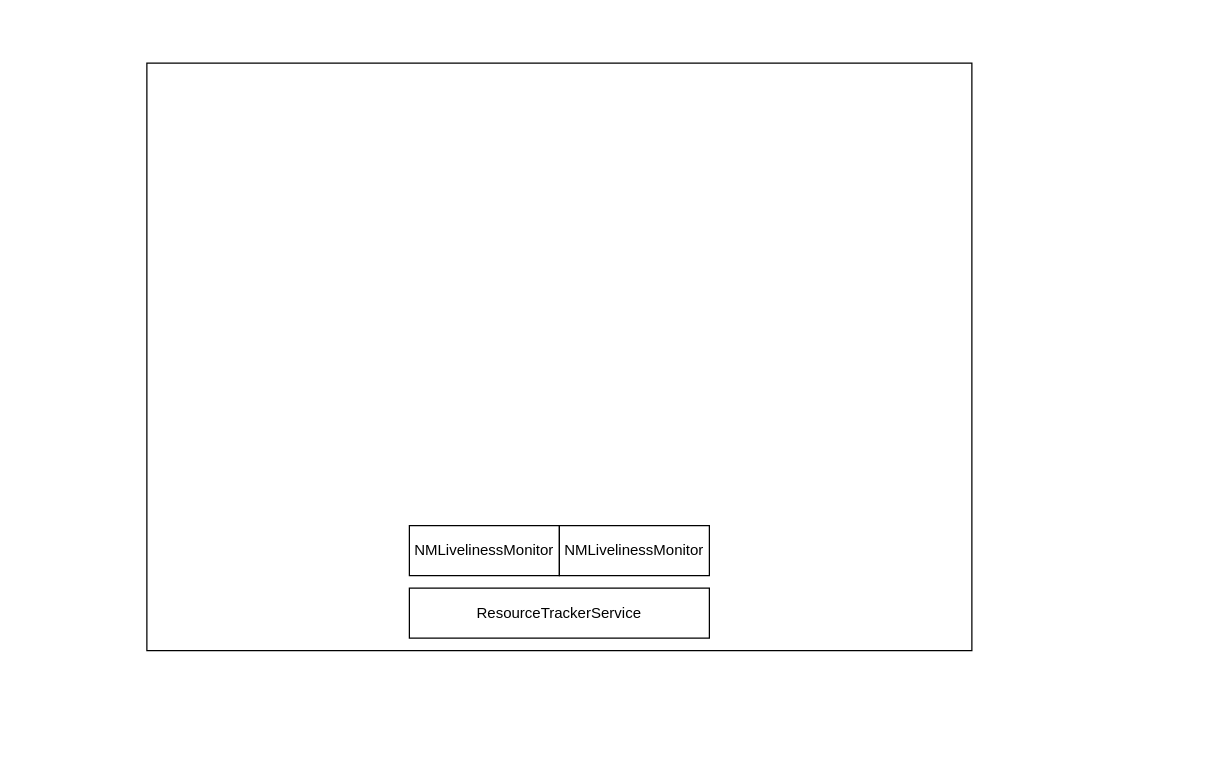
Earlier version of the draw.io diagram Yarn/02_ResourceManager内部架构图.drawio (chenshuai1995/a-imgs). Source tidied: cells renumbered, new cells numbered last; positions are measured from the earlier drawing's top-left corner, leaving out a move shared by most shapes. Both pictures are drawn from the tidied source at 125%, with x=0, y=0 at pixel (146, 62).
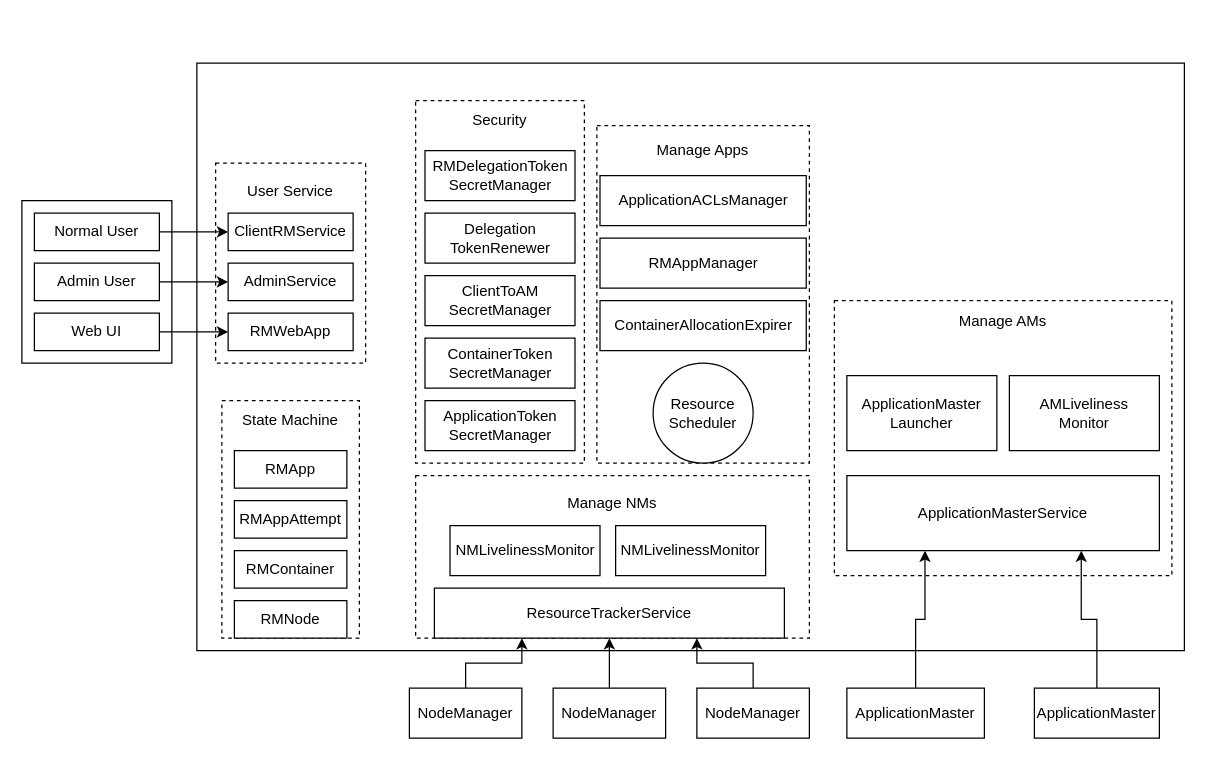
After the change.

Commit message (it also covers changes not shown here):
更新02_ResourceManager内部架构图.drawio

Change to the diagram source:
```diff
@@
     <mxCell id="2" style="rounded=0;whiteSpace=wrap;html=1;" parent="1" vertex="1">
-      <mxGeometry width="660" height="470" as="geometry" />
+      <mxGeometry x="40" width="790" height="470" as="geometry" />
     </mxCell>
+    <mxCell id="6" value="&lt;br&gt;Manage AMs&lt;br&gt;&lt;br&gt;&lt;br&gt;&lt;br&gt;&lt;br&gt;&lt;br&gt;&lt;br&gt;&lt;br&gt;&lt;br&gt;&lt;br&gt;&lt;br&gt;&lt;br&gt;&lt;br&gt;&lt;br&gt;&lt;br&gt;" style="rounded=0;whiteSpace=wrap;html=1;dashed=1;" parent="1" vertex="1">
+      <mxGeometry x="550" y="190" width="270" height="220" as="geometry" />
+    </mxCell>
+    <mxCell id="7" value="&lt;br&gt;Manage Apps&lt;br&gt;&lt;br&gt;&lt;br&gt;&lt;br&gt;&lt;br&gt;&lt;br&gt;&lt;br&gt;&lt;br&gt;&lt;br&gt;&lt;br&gt;&lt;br&gt;&lt;br&gt;&lt;br&gt;&lt;br&gt;&lt;br&gt;&lt;br&gt;&lt;br&gt;&lt;br&gt;" style="rounded=0;whiteSpace=wrap;html=1;dashed=1;" parent="1" vertex="1">
+      <mxGeometry x="360" y="50" width="170" height="270" as="geometry" />
+    </mxCell>
+    <mxCell id="8" value="&lt;br&gt;&lt;br&gt;&lt;br&gt;&lt;br&gt;&lt;br&gt;Security&lt;br&gt;&lt;br&gt;&lt;br&gt;&lt;br&gt;&lt;br&gt;&lt;br&gt;&lt;br&gt;&lt;br&gt;&lt;br&gt;&lt;br&gt;&lt;br&gt;&lt;br&gt;&lt;br&gt;&lt;br&gt;&lt;br&gt;&lt;br&gt;&lt;br&gt;&lt;br&gt;&lt;br&gt;&lt;br&gt;&lt;br&gt;&lt;br&gt;&lt;br&gt;&lt;br&gt;" style="rounded=0;whiteSpace=wrap;html=1;dashed=1;" parent="1" vertex="1">
+      <mxGeometry x="215" y="30" width="135" height="290" as="geometry" />
+    </mxCell>
+    <mxCell id="9" style="rounded=0;whiteSpace=wrap;html=1;" parent="1" vertex="1">
+      <mxGeometry x="-100" y="110" width="120" height="130" as="geometry" />
+    </mxCell>
+    <mxCell id="10" value="&lt;br&gt;&lt;br&gt;User Service&lt;br&gt;&lt;br&gt;&lt;br&gt;&lt;br&gt;&lt;br&gt;&lt;br&gt;&lt;br&gt;&lt;br&gt;&lt;br&gt;&lt;br&gt;&lt;br&gt;" style="rounded=0;whiteSpace=wrap;html=1;dashed=1;" parent="1" vertex="1">
+      <mxGeometry x="55" y="80" width="120" height="160" as="geometry" />
+    </mxCell>
+    <mxCell id="11" value="&lt;br&gt;&lt;br&gt;State Machine&lt;br&gt;&lt;br&gt;&lt;br&gt;&lt;br&gt;&lt;br&gt;&lt;br&gt;&lt;br&gt;&lt;br&gt;&lt;br&gt;&lt;br&gt;&lt;br&gt;&lt;br&gt;&lt;br&gt;&lt;br&gt;" style="rounded=0;whiteSpace=wrap;html=1;dashed=1;" parent="1" vertex="1">
+      <mxGeometry x="60" y="270" width="110" height="190" as="geometry" />
+    </mxCell>
+    <mxCell id="12" value="Manage NMs&lt;br&gt;&lt;br&gt;&lt;br&gt;&lt;br&gt;&lt;br&gt;&lt;br&gt;&lt;br&gt;" style="rounded=0;whiteSpace=wrap;html=1;dashed=1;" parent="1" vertex="1">
+      <mxGeometry x="215" y="330" width="315" height="130" as="geometry" />
+    </mxCell>
     <mxCell id="3" value="ResourceTrackerService" style="rounded=0;whiteSpace=wrap;html=1;" parent="1" vertex="1">
-      <mxGeometry x="210" y="420" width="240" height="40" as="geometry" />
+      <mxGeometry x="230" y="420" width="280" height="40" as="geometry" />
     </mxCell>
     <mxCell id="4" value="NMLivelinessMonitor" style="rounded=0;whiteSpace=wrap;html=1;" parent="1" vertex="1">
-      <mxGeometry x="210" y="370" width="120" height="40" as="geometry" />
+      <mxGeometry x="242.5" y="370" width="120" height="40" as="geometry" />
     </mxCell>
     <mxCell id="5" value="NMLivelinessMonitor" style="rounded=0;whiteSpace=wrap;html=1;" parent="1" vertex="1">
-      <mxGeometry x="330" y="370" width="120" height="40" as="geometry" />
+      <mxGeometry x="375" y="370" width="120" height="40" as="geometry" />
     </mxCell>
+    <mxCell id="13" value="RMApp" style="rounded=0;whiteSpace=wrap;html=1;" parent="1" vertex="1">
+      <mxGeometry x="70" y="310" width="90" height="30" as="geometry" />
+    </mxCell>
+    <mxCell id="14" value="RMAppAttempt" style="rounded=0;whiteSpace=wrap;html=1;" parent="1" vertex="1">
+      <mxGeometry x="70" y="350" width="90" height="30" as="geometry" />
+    </mxCell>
+    <mxCell id="15" value="RMContainer" style="rounded=0;whiteSpace=wrap;html=1;" parent="1" vertex="1">
+      <mxGeometry x="70" y="390" width="90" height="30" as="geometry" />
+    </mxCell>
+    <mxCell id="16" value="RMNode" style="rounded=0;whiteSpace=wrap;html=1;" parent="1" vertex="1">
+      <mxGeometry x="70" y="430" width="90" height="30" as="geometry" />
+    </mxCell>
+    <mxCell id="17" value="ClientRMService" style="rounded=0;whiteSpace=wrap;html=1;" parent="1" vertex="1">
+      <mxGeometry x="65" y="120" width="100" height="30" as="geometry" />
+    </mxCell>
+    <mxCell id="18" value="AdminService" style="rounded=0;whiteSpace=wrap;html=1;" parent="1" vertex="1">
+      <mxGeometry x="65" y="160" width="100" height="30" as="geometry" />
+    </mxCell>
+    <mxCell id="19" value="RMWebApp" style="rounded=0;whiteSpace=wrap;html=1;" parent="1" vertex="1">
+      <mxGeometry x="65" y="200" width="100" height="30" as="geometry" />
+    </mxCell>
+    <mxCell id="20" style="edgeStyle=orthogonalEdgeStyle;rounded=0;jettySize=auto;html=1;entryX=0;entryY=0.5;entryDx=0;entryDy=0;" parent="1" edge="1" source="21" target="17">
+      <mxGeometry relative="1" as="geometry" />
+    </mxCell>
+    <mxCell id="21" value="Normal User" style="rounded=0;whiteSpace=wrap;html=1;" parent="1" vertex="1">
+      <mxGeometry x="-90" y="120" width="100" height="30" as="geometry" />
+    </mxCell>
+    <mxCell id="22" style="edgeStyle=orthogonalEdgeStyle;rounded=0;jettySize=auto;html=1;" parent="1" edge="1" source="23" target="18">
+      <mxGeometry relative="1" as="geometry" />
+    </mxCell>
+    <mxCell id="23" value="Admin User" style="rounded=0;whiteSpace=wrap;html=1;" parent="1" vertex="1">
+      <mxGeometry x="-90" y="160" width="100" height="30" as="geometry" />
+    </mxCell>
+    <mxCell id="24" style="edgeStyle=orthogonalEdgeStyle;rounded=0;jettySize=auto;html=1;entryX=0;entryY=0.5;entryDx=0;entryDy=0;" parent="1" edge="1" source="25" target="19">
+      <mxGeometry relative="1" as="geometry" />
+    </mxCell>
+    <mxCell id="25" value="Web UI" style="rounded=0;whiteSpace=wrap;html=1;" parent="1" vertex="1">
+      <mxGeometry x="-90" y="200" width="100" height="30" as="geometry" />
+    </mxCell>
+    <mxCell id="26" value="ApplicationToken&lt;br&gt;SecretManager" style="rounded=0;whiteSpace=wrap;html=1;" parent="1" vertex="1">
+      <mxGeometry x="222.5" y="270" width="120" height="40" as="geometry" />
+    </mxCell>
+    <mxCell id="27" value="ContainerToken&lt;br&gt;SecretManager" style="rounded=0;whiteSpace=wrap;html=1;" parent="1" vertex="1">
+      <mxGeometry x="222.5" y="220" width="120" height="40" as="geometry" />
+    </mxCell>
+    <mxCell id="28" value="ClientToAM&lt;br&gt;SecretManager" style="rounded=0;whiteSpace=wrap;html=1;" parent="1" vertex="1">
+      <mxGeometry x="222.5" y="170" width="120" height="40" as="geometry" />
+    </mxCell>
+    <mxCell id="29" value="Delegation&lt;br&gt;TokenRenewer" style="rounded=0;whiteSpace=wrap;html=1;" parent="1" vertex="1">
+      <mxGeometry x="222.5" y="120" width="120" height="40" as="geometry" />
+    </mxCell>
+    <mxCell id="30" value="&lt;div&gt;RMDelegationToken&lt;/div&gt;&lt;div&gt;SecretManager&lt;/div&gt;" style="rounded=0;whiteSpace=wrap;html=1;" parent="1" vertex="1">
+      <mxGeometry x="222.5" y="70" width="120" height="40" as="geometry" />
+    </mxCell>
+    <mxCell id="31" value="ContainerAllocationExpirer" style="rounded=0;whiteSpace=wrap;html=1;" parent="1" vertex="1">
+      <mxGeometry x="362.5" y="190" width="165" height="40" as="geometry" />
+    </mxCell>
+    <mxCell id="32" value="RMAppManager" style="rounded=0;whiteSpace=wrap;html=1;" parent="1" vertex="1">
+      <mxGeometry x="362.5" y="140" width="165" height="40" as="geometry" />
+    </mxCell>
+    <mxCell id="33" value="ApplicationACLsManager" style="rounded=0;whiteSpace=wrap;html=1;" parent="1" vertex="1">
+      <mxGeometry x="362.5" y="90" width="165" height="40" as="geometry" />
+    </mxCell>
+    <mxCell id="34" value="&lt;span&gt;Resource&lt;/span&gt;&lt;br&gt;&lt;span&gt;Scheduler&lt;/span&gt;" style="ellipse;whiteSpace=wrap;html=1;" parent="1" vertex="1">
+      <mxGeometry x="405" y="240" width="80" height="80" as="geometry" />
+    </mxCell>
+    <mxCell id="35" value="ApplicationMasterService" style="rounded=0;whiteSpace=wrap;html=1;" parent="1" vertex="1">
+      <mxGeometry x="560" y="330" width="250" height="60" as="geometry" />
+    </mxCell>
+    <mxCell id="36" value="ApplicationMaster&lt;br&gt;Launcher" style="rounded=0;whiteSpace=wrap;html=1;" parent="1" vertex="1">
+      <mxGeometry x="560" y="250" width="120" height="60" as="geometry" />
+    </mxCell>
+    <mxCell id="37" value="AMLiveliness&lt;br&gt;Monitor" style="rounded=0;whiteSpace=wrap;html=1;" parent="1" vertex="1">
+      <mxGeometry x="690" y="250" width="120" height="60" as="geometry" />
+    </mxCell>
+    <mxCell id="38" style="edgeStyle=orthogonalEdgeStyle;rounded=0;jettySize=auto;html=1;entryX=0.25;entryY=1;entryDx=0;entryDy=0;" parent="1" edge="1" source="39" target="3">
+      <mxGeometry relative="1" as="geometry" />
+    </mxCell>
+    <mxCell id="39" value="NodeManager" style="rounded=0;whiteSpace=wrap;html=1;" parent="1" vertex="1">
+      <mxGeometry x="210" y="500" width="90" height="40" as="geometry" />
+    </mxCell>
+    <mxCell id="40" style="edgeStyle=orthogonalEdgeStyle;rounded=0;jettySize=auto;html=1;entryX=0.5;entryY=1;entryDx=0;entryDy=0;" parent="1" edge="1" source="41" target="3">
+      <mxGeometry relative="1" as="geometry" />
+    </mxCell>
+    <mxCell id="41" value="NodeManager" style="rounded=0;whiteSpace=wrap;html=1;" parent="1" vertex="1">
+      <mxGeometry x="325" y="500" width="90" height="40" as="geometry" />
+    </mxCell>
+    <mxCell id="42" style="edgeStyle=orthogonalEdgeStyle;rounded=0;jettySize=auto;html=1;entryX=0.75;entryY=1;entryDx=0;entryDy=0;" parent="1" edge="1" source="43" target="3">
+      <mxGeometry relative="1" as="geometry" />
+    </mxCell>
+    <mxCell id="43" value="NodeManager" style="rounded=0;whiteSpace=wrap;html=1;" parent="1" vertex="1">
+      <mxGeometry x="440" y="500" width="90" height="40" as="geometry" />
+    </mxCell>
+    <mxCell id="44" style="edgeStyle=orthogonalEdgeStyle;rounded=0;jettySize=auto;html=1;entryX=0.25;entryY=1;entryDx=0;entryDy=0;" parent="1" edge="1" source="45" target="35">
+      <mxGeometry relative="1" as="geometry" />
+    </mxCell>
+    <mxCell id="45" value="ApplicationMaster" style="rounded=0;whiteSpace=wrap;html=1;" parent="1" vertex="1">
+      <mxGeometry x="560" y="500" width="110" height="40" as="geometry" />
+    </mxCell>
+    <mxCell id="46" style="edgeStyle=orthogonalEdgeStyle;rounded=0;jettySize=auto;html=1;entryX=0.75;entryY=1;entryDx=0;entryDy=0;" parent="1" edge="1" source="47" target="35">
+      <mxGeometry relative="1" as="geometry" />
+    </mxCell>
+    <mxCell id="47" value="ApplicationMaster" style="rounded=0;whiteSpace=wrap;html=1;" parent="1" vertex="1">
+      <mxGeometry x="710" y="500" width="100" height="40" as="geometry" />
+    </mxCell>
```
